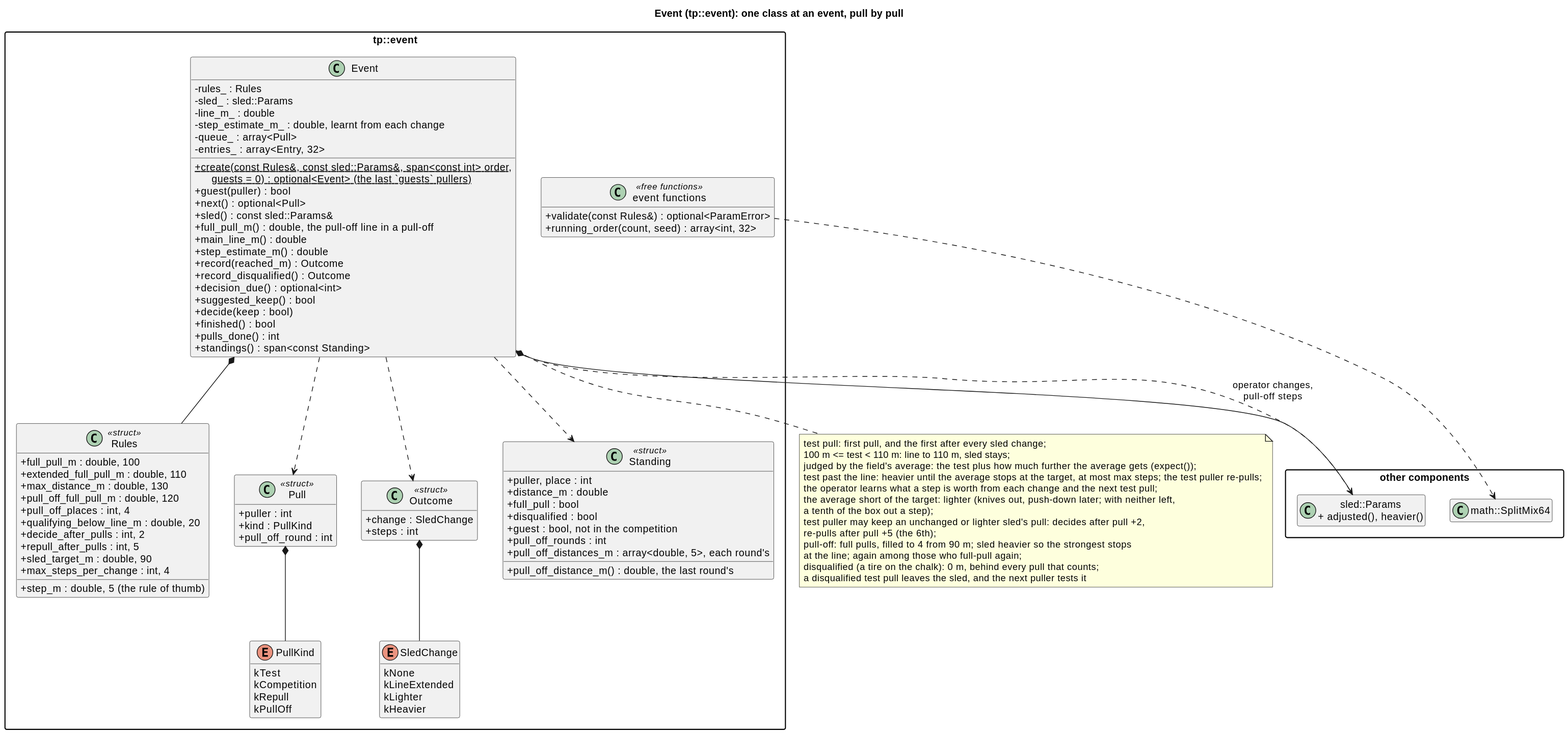
wversteeg/TractorPulling keeps this PlantUML diagram as docs/diagrams/svg/event_classes.svg. Above is the earlier version.
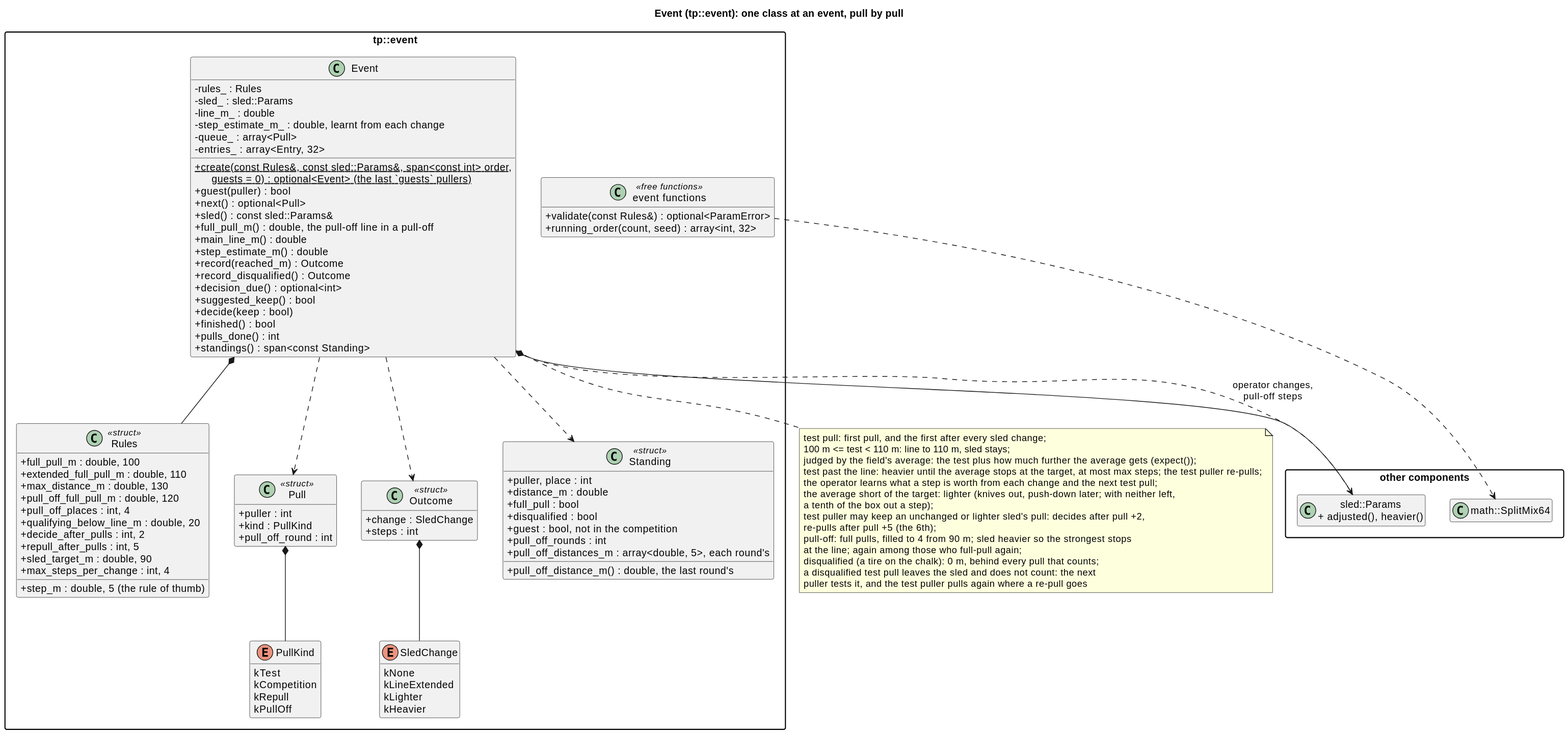
After the change.

Commit message:
A test pull out of bounds does not count: the puller pulls again

The edit, as a diff of the source:
```diff
@@ -104,6 +104,7 @@
   pull-off: full pulls, filled to 4 from 90 m; sled heavier so the strongest stops
   at the line; again among those who full-pull again;
   disqualified (a tire on the chalk): 0 m, behind every pull that counts;
-  a disqualified test pull leaves the sled, and the next puller tests it
+  a disqualified test pull leaves the sled and does not count: the next
+  puller tests it, and the test puller pulls again where a re-pull goes
 end note
 @enduml
```
